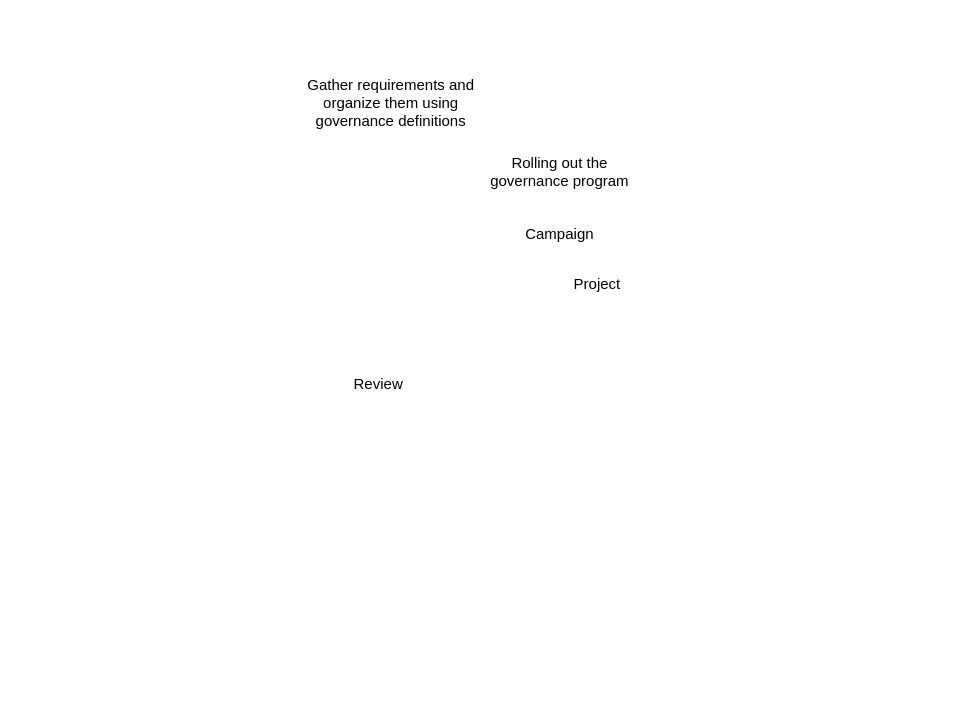
odpi/egeria-docs keeps this draw.io diagram as page "governance-program-lifecycle" (5 of 5) of site/docs/practices/governance-basics/simple-model-of-an-org.drawio. Above is the earlier version. Source tidied: cells renumbered, new cells numbered last; positions are measured from the earlier drawing's top-left corner, leaving out a move shared by most shapes. Both pictures are drawn from the tidied source at 125%, with x=0, y=0 at pixel (296, 71).
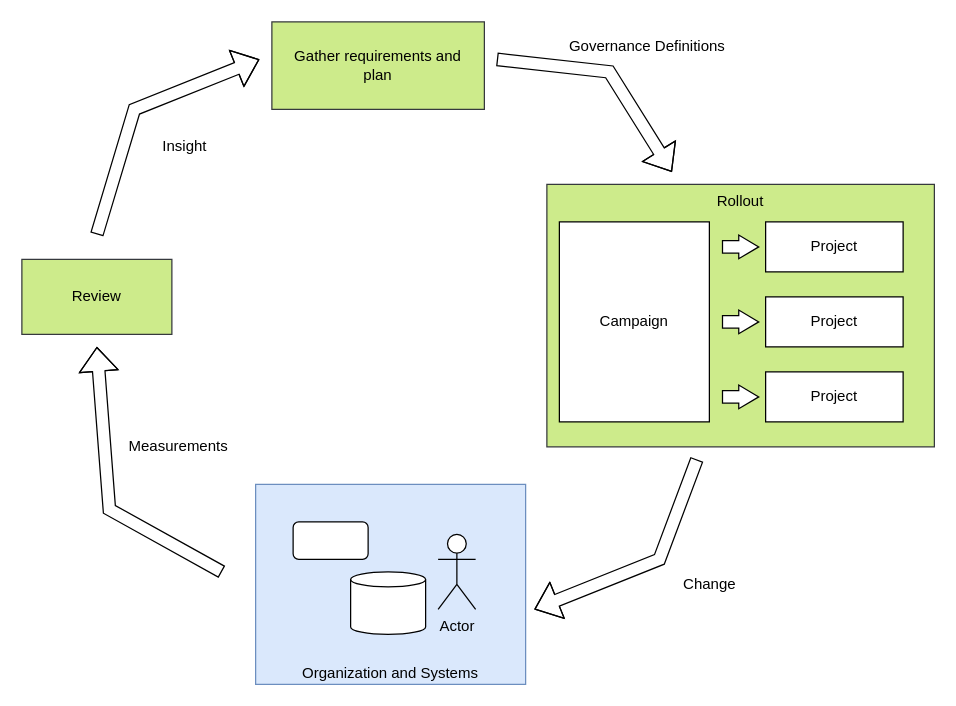
The same page after the edit.

Diff of the diagram source:
```diff
@@
-    <mxCell id="2" value="Gather requirements and &lt;br&gt;organize them using &lt;br&gt;governance definitions" style="text;html=1;align=center;verticalAlign=middle;strokeColor=none;fillColor=none;" parent="1" vertex="1">
-      <mxGeometry width="150" height="50" as="geometry" />
-    </mxCell>
-    <mxCell id="3" value="Rolling out the &lt;br&gt;governance program" style="text;html=1;align=center;verticalAlign=middle;strokeColor=none;fillColor=none;" parent="1" vertex="1">
-      <mxGeometry x="145" y="65" width="130" height="30" as="geometry" />
-    </mxCell>
+    <mxCell id="7" value="Rollout" style="rounded=0;whiteSpace=wrap;html=1;verticalAlign=top;fillColor=#cdeb8b;strokeColor=#36393d;" parent="1" vertex="1">
+      <mxGeometry x="200" y="90" width="310" height="210" as="geometry" />
+    </mxCell>
+    <mxCell id="8" value="Gather requirements and&lt;br&gt;plan" style="rounded=0;whiteSpace=wrap;html=1;fillColor=#cdeb8b;strokeColor=#36393d;" parent="1" vertex="1">
+      <mxGeometry x="-20" y="-40" width="170" height="70" as="geometry" />
+    </mxCell>
+    <mxCell id="9" value="Organization and Systems" style="rounded=0;whiteSpace=wrap;html=1;verticalAlign=bottom;fillColor=#dae8fc;strokeColor=#6c8ebf;" parent="1" vertex="1">
+      <mxGeometry x="-33" y="330" width="216" height="160" as="geometry" />
+    </mxCell>
-    <mxCell id="4" value="Campaign" style="text;html=1;align=center;verticalAlign=middle;strokeColor=none;fillColor=none;" parent="1" vertex="1">
-      <mxGeometry x="175" y="120" width="70" height="20" as="geometry" />
+    <mxCell id="4" value="Campaign" style="rounded=0;whiteSpace=wrap;html=1;" parent="1" vertex="1">
+      <mxGeometry x="210" y="120" width="120" height="160" as="geometry" />
     </mxCell>
-    <mxCell id="5" value="Project" style="text;html=1;align=center;verticalAlign=middle;strokeColor=none;fillColor=none;" parent="1" vertex="1">
-      <mxGeometry x="215" y="160" width="50" height="20" as="geometry" />
-    </mxCell>
+    <mxCell id="10" value="Project" style="rounded=0;whiteSpace=wrap;html=1;" parent="1" vertex="1">
+      <mxGeometry x="375" y="120" width="110" height="40" as="geometry" />
+    </mxCell>
+    <mxCell id="11" value="Project" style="rounded=0;whiteSpace=wrap;html=1;" parent="1" vertex="1">
+      <mxGeometry x="375" y="180" width="110" height="40" as="geometry" />
+    </mxCell>
+    <mxCell id="12" value="Project" style="rounded=0;whiteSpace=wrap;html=1;" parent="1" vertex="1">
+      <mxGeometry x="375" y="240" width="110" height="40" as="geometry" />
+    </mxCell>
+    <mxCell id="13" style="shape=flexArrow;endArrow=classic;html=1;rounded=0;endWidth=8;endSize=5;fillColor=default;" parent="1" edge="1">
+      <mxGeometry relative="1" as="geometry">
+        <mxPoint x="340" y="140" as="sourcePoint" />
+        <mxPoint x="370" y="140" as="targetPoint" />
+      </mxGeometry>
+    </mxCell>
+    <mxCell id="14" style="shape=flexArrow;endArrow=classic;html=1;rounded=0;endWidth=8;endSize=5;fillColor=default;" parent="1" edge="1">
+      <mxGeometry relative="1" as="geometry">
+        <mxPoint x="340" y="200" as="sourcePoint" />
+        <mxPoint x="370" y="200" as="targetPoint" />
+      </mxGeometry>
+    </mxCell>
+    <mxCell id="15" style="shape=flexArrow;endArrow=classic;html=1;rounded=0;endWidth=8;endSize=5;fillColor=default;" parent="1" edge="1">
+      <mxGeometry relative="1" as="geometry">
+        <mxPoint x="340" y="260" as="sourcePoint" />
+        <mxPoint x="370" y="260" as="targetPoint" />
+      </mxGeometry>
+    </mxCell>
+    <mxCell id="16" style="shape=cylinder3;whiteSpace=wrap;html=1;boundedLbl=1;backgroundOutline=1;size=6;" parent="1" vertex="1">
+      <mxGeometry x="43" y="400" width="60" height="50" as="geometry" />
+    </mxCell>
+    <mxCell id="17" value="Actor" style="shape=umlActor;verticalLabelPosition=bottom;verticalAlign=top;html=1;" parent="1" vertex="1">
+      <mxGeometry x="113" y="370" width="30" height="60" as="geometry" />
+    </mxCell>
+    <mxCell id="18" style="rounded=1;whiteSpace=wrap;html=1;" parent="1" vertex="1">
+      <mxGeometry x="-3" y="360" width="60" height="30" as="geometry" />
+    </mxCell>
+    <mxCell id="19" style="shape=flexArrow;endArrow=classic;html=1;rounded=0;" parent="1" edge="1">
+      <mxGeometry relative="1" as="geometry">
+        <mxPoint x="160" y="-10" as="sourcePoint" />
+        <mxPoint x="300" y="80" as="targetPoint" />
+        <Array as="points">
+          <mxPoint x="250" />
+        </Array>
+      </mxGeometry>
+    </mxCell>
+    <mxCell id="20" style="shape=flexArrow;endArrow=classic;html=1;rounded=0;" parent="1" edge="1">
+      <mxGeometry relative="1" as="geometry">
+        <mxPoint x="320" y="310" as="sourcePoint" />
+        <mxPoint x="190" y="430" as="targetPoint" />
+        <Array as="points">
+          <mxPoint x="290" y="390" />
+        </Array>
+      </mxGeometry>
+    </mxCell>
-    <mxCell id="6" value="Review" style="text;html=1;align=center;verticalAlign=middle;strokeColor=none;fillColor=none;" parent="1" vertex="1">
-      <mxGeometry x="40" y="240" width="50" height="20" as="geometry" />
+    <mxCell id="6" value="Review" style="rounded=0;whiteSpace=wrap;html=1;fillColor=#cdeb8b;strokeColor=#36393d;" parent="1" vertex="1">
+      <mxGeometry x="-220" y="150" width="120" height="60" as="geometry" />
     </mxCell>
+    <mxCell id="21" style="shape=flexArrow;endArrow=classic;html=1;rounded=0;" parent="1" edge="1">
+      <mxGeometry relative="1" as="geometry">
+        <mxPoint x="-60" y="400" as="sourcePoint" />
+        <mxPoint x="-160" y="220" as="targetPoint" />
+        <Array as="points">
+          <mxPoint x="-150" y="350" />
+        </Array>
+      </mxGeometry>
+    </mxCell>
+    <mxCell id="22" value="Measurements" style="text;html=1;align=center;verticalAlign=middle;strokeColor=none;fillColor=none;" parent="1" vertex="1">
+      <mxGeometry x="-140" y="290" width="90" height="20" as="geometry" />
+    </mxCell>
+    <mxCell id="23" value="Governance Definitions" style="text;html=1;align=center;verticalAlign=middle;strokeColor=none;fillColor=none;" parent="1" vertex="1">
+      <mxGeometry x="210" y="-30" width="140" height="20" as="geometry" />
+    </mxCell>
+    <mxCell id="24" value="Change" style="text;html=1;align=center;verticalAlign=middle;strokeColor=none;fillColor=none;" parent="1" vertex="1">
+      <mxGeometry x="300" y="400" width="60" height="20" as="geometry" />
+    </mxCell>
+    <mxCell id="25" style="shape=flexArrow;endArrow=classic;html=1;rounded=0;" parent="1" edge="1">
+      <mxGeometry relative="1" as="geometry">
+        <mxPoint x="-160" y="130" as="sourcePoint" />
+        <mxPoint x="-30" y="-10" as="targetPoint" />
+        <Array as="points">
+          <mxPoint x="-130" y="30" />
+        </Array>
+      </mxGeometry>
+    </mxCell>
+    <mxCell id="26" value="Insight" style="text;html=1;align=center;verticalAlign=middle;strokeColor=none;fillColor=none;" parent="1" vertex="1">
+      <mxGeometry x="-115" y="50" width="50" height="20" as="geometry" />
+    </mxCell>
```
